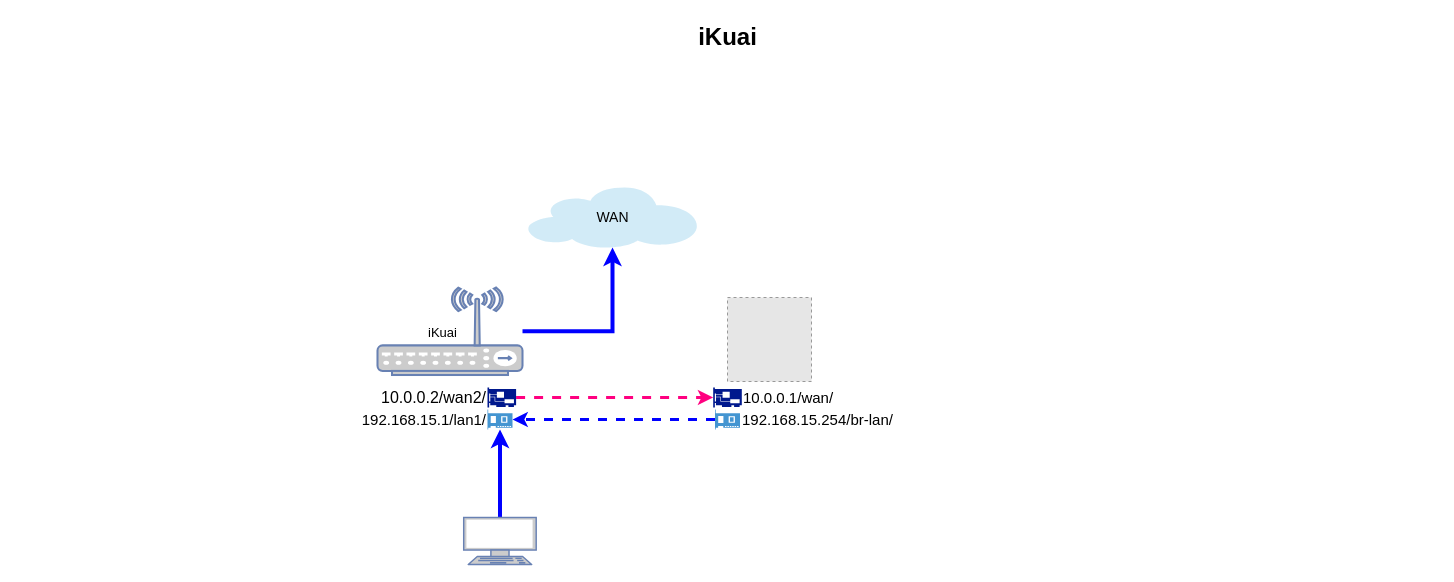
martin2038/csfans keeps this draw.io diagram as Untitled Diagram.drawio. Above is the earlier version. Source tidied: cells renumbered, new cells numbered last; positions are measured from the earlier drawing's top-left corner, leaving out a move shared by most shapes. Both pictures are drawn from the tidied source at 100%, with x=0, y=0 at pixel (17, 17). Pictures stored in the file or linked from it are replaced by grey dashed boxes.
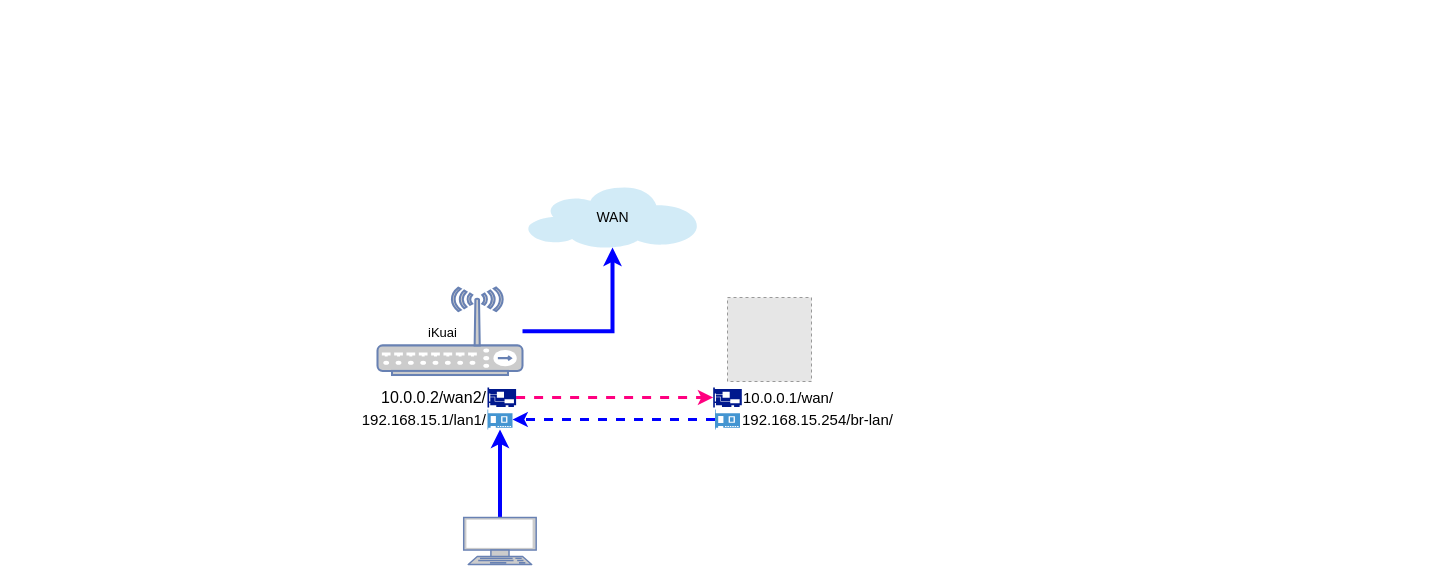
Above is the later version.

What changed in the source:
```diff
@@
 <mxGraphModel>
   <root>
     <mxCell id="0" />
     <mxCell id="1" parent="0" />
     <mxCell id="2" value="WAN" style="shadow=0;dashed=0;html=1;strokeColor=none;fillColor=#4495D1;labelPosition=center;verticalLabelPosition=middle;verticalAlign=middle;shape=mxgraph.veeam.2d.cloud;fontSize=14;align=center;" parent="1" vertex="1">
       <mxGeometry x="510" y="170" width="170" height="60" as="geometry" />
     </mxCell>
-    <mxCell id="3" value="iKuai" style="text;strokeColor=none;fillColor=none;html=1;fontSize=24;fontStyle=1;verticalAlign=middle;align=center;" parent="1" vertex="1">
-      <mxGeometry width="1420" height="40" as="geometry" />
-    </mxCell>
     <mxCell id="4" style="edgeStyle=orthogonalEdgeStyle;rounded=0;jettySize=auto;html=1;strokeColor=#0000FF;strokeWidth=4;" parent="1" edge="1" source="5" target="2">
       <mxGeometry relative="1" as="geometry" />
     </mxCell>
     <mxCell id="5" style="fontColor=#0066CC;verticalAlign=top;verticalLabelPosition=bottom;labelPosition=center;align=center;html=1;outlineConnect=0;fillColor=#CCCCCC;strokeColor=#6881B3;gradientColor=none;gradientDirection=north;strokeWidth=2;shape=mxgraph.networks.wireless_hub;" parent="1" vertex="1">
       <mxGeometry x="360" y="270" width="145" height="87.5" as="geometry" />
     </mxCell>
     <mxCell id="6" value="iKuai&lt;br style=&quot;font-size: 13px;&quot;&gt;" style="text;html=1;align=center;verticalAlign=middle;strokeColor=none;fillColor=none;fontSize=13;" parent="1" vertex="1">
       <mxGeometry x="400" y="300" width="50" height="30" as="geometry" />
     </mxCell>
     <mxCell id="7" value="10.0.0.1/wan/" style="sketch=0;shadow=0;dashed=0;html=1;strokeColor=none;labelPosition=right;verticalLabelPosition=middle;verticalAlign=middle;align=left;fillColor=#00188D;shape=mxgraph.mscae.enterprise.network_card;fontSize=15;" parent="1" vertex="1">
       <mxGeometry x="695.7" y="370" width="28.6" height="20" as="geometry" />
     </mxCell>
     <mxCell id="8" style="edgeStyle=orthogonalEdgeStyle;rounded=0;jettySize=auto;html=1;dashed=1;strokeColor=#0000FF;strokeWidth=3;fontSize=15;fontColor=#FF0000;" parent="1" edge="1" source="9" target="14">
       <mxGeometry relative="1" as="geometry" />
     </mxCell>
     <mxCell id="9" value="192.168.15.254/br-lan/" style="shadow=0;dashed=0;html=1;strokeColor=none;fillColor=#4495D1;labelPosition=right;verticalLabelPosition=middle;verticalAlign=middle;align=left;outlineConnect=0;shape=mxgraph.veeam.2d.network_card;fontSize=15;" parent="1" vertex="1">
       <mxGeometry x="697.5" y="392" width="25" height="20" as="geometry" />
     </mxCell>
     <mxCell id="10" style="edgeStyle=orthogonalEdgeStyle;rounded=0;jettySize=auto;html=1;entryX=0;entryY=0.5;entryDx=0;entryDy=0;entryPerimeter=0;fontColor=#CCFFCC;strokeColor=#FF0080;strokeWidth=3;dashed=1;" parent="1" edge="1" source="11" target="7">
       <mxGeometry relative="1" as="geometry" />
     </mxCell>
     <mxCell id="11" value="10.0.0.2/wan2/" style="sketch=0;shadow=0;dashed=0;html=1;strokeColor=none;labelPosition=left;verticalLabelPosition=middle;verticalAlign=middle;align=right;fillColor=#00188D;shape=mxgraph.mscae.enterprise.network_card;fontSize=16;" parent="1" vertex="1">
       <mxGeometry x="470" y="370" width="28.6" height="20" as="geometry" />
     </mxCell>
     <mxCell id="12" style="edgeStyle=orthogonalEdgeStyle;rounded=0;jettySize=auto;html=1;strokeColor=#0000FF;fontColor=#CCFFCC;strokeWidth=4;" parent="1" edge="1" source="13" target="14">
       <mxGeometry relative="1" as="geometry" />
     </mxCell>
     <mxCell id="13" style="fontColor=#0066CC;verticalAlign=top;verticalLabelPosition=bottom;labelPosition=center;align=center;html=1;outlineConnect=0;fillColor=#CCCCCC;strokeColor=#6881B3;gradientColor=none;gradientDirection=north;strokeWidth=2;shape=mxgraph.networks.terminal;" parent="1" vertex="1">
       <mxGeometry x="446.2" y="500" width="72.5" height="47" as="geometry" />
     </mxCell>
     <mxCell id="14" value="192.168.15.1/lan1/" style="shadow=0;dashed=0;html=1;strokeColor=none;fillColor=#4495D1;labelPosition=left;verticalLabelPosition=middle;verticalAlign=middle;align=right;outlineConnect=0;shape=mxgraph.veeam.2d.network_card;fontSize=15;" parent="1" vertex="1">
       <mxGeometry x="470" y="392" width="25" height="20" as="geometry" />
     </mxCell>
     <mxCell id="15" style="fillColor=#E6E6E6;strokeColor=#999999;dashed=1;verticalLabelPosition=bottom;verticalAlign=top;fontSize=15;fontColor=#FF0000;" parent="1" vertex="1">
       <mxGeometry x="710" y="280" width="84" height="84" as="geometry" />
     </mxCell>
   </root>
 </mxGraphModel>
```
